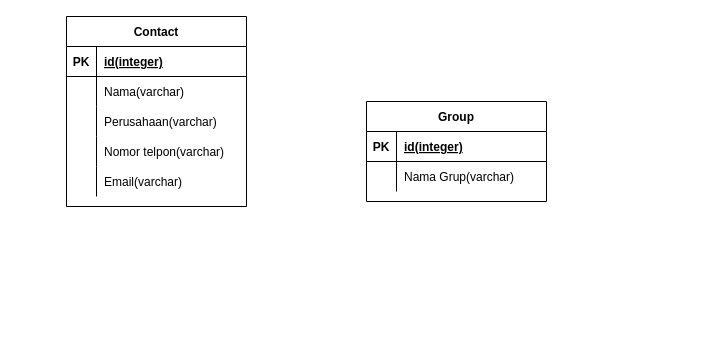
This is schema address book.drawio from fathurk/belajar-js, a draw.io file, before an edit. Source tidied: cells renumbered, new cells numbered last; positions are measured from the earlier drawing's top-left corner, leaving out a move shared by most shapes. Both pictures are drawn from the tidied source at 100%, with x=0, y=0 at pixel (66, 16).
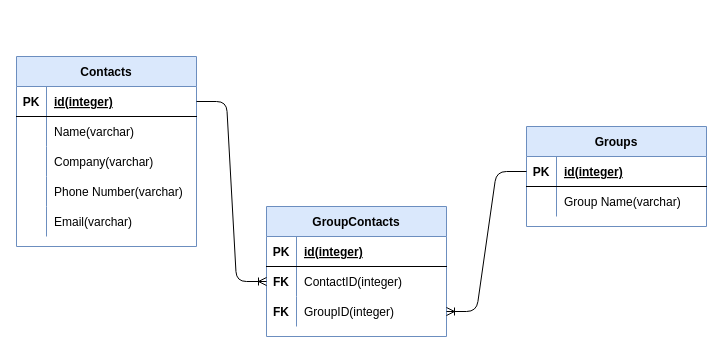
After the change.

The change refers to these unchanged cells:
```xml
<mxCell id="3" style="shape=partialRectangle;fillColor=none;top=0;left=0;bottom=1;right=0;points=[[0,0.5],[1,0.5]];portConstraint=eastwest;" parent="2" vertex="1">
  <mxGeometry y="30" width="180" height="30" as="geometry" />
</mxCell>
<mxCell id="6" style="shape=partialRectangle;fillColor=none;top=0;left=0;bottom=0;right=0;" parent="2" vertex="1">
  <mxGeometry y="60" width="180" height="30" as="geometry" />
</mxCell>
<mxCell id="9" style="shape=partialRectangle;fillColor=none;top=0;left=0;bottom=0;right=0;" parent="2" vertex="1">
  <mxGeometry y="90" width="180" height="30" as="geometry" />
</mxCell>
<mxCell id="12" style="shape=partialRectangle;fillColor=none;top=0;left=0;bottom=0;right=0;" parent="2" vertex="1">
  <mxGeometry y="120" width="180" height="30" as="geometry" />
</mxCell>
<mxCell id="19" style="shape=partialRectangle;fillColor=none;top=0;left=0;bottom=1;right=0;points=[[0,0.5],[1,0.5]];portConstraint=eastwest;" parent="18" vertex="1">
  <mxGeometry y="30" width="180" height="30" as="geometry" />
</mxCell>
<mxCell id="22" style="shape=partialRectangle;fillColor=none;top=0;left=0;bottom=0;right=0;" parent="18" vertex="1">
  <mxGeometry y="60" width="180" height="30" as="geometry" />
</mxCell>
```

What changed in the source:
```diff
@@
-    <mxCell id="2" value="Contact" style="shape=table;startSize=30;childLayout=tableLayout;rowLines=0;fontStyle=1;align=center;" parent="1" vertex="1">
-      <mxGeometry width="180" height="190" as="geometry" />
+    <mxCell id="2" value="Contacts" style="shape=table;startSize=30;childLayout=tableLayout;rowLines=0;fontStyle=1;align=center;fillColor=#dae8fc;strokeColor=#6c8ebf;" parent="1" vertex="1">
+      <mxGeometry x="-50" y="40" width="180" height="190" as="geometry" />
     </mxCell>
@@
-    <mxCell id="8" value="Nama(varchar)" style="shape=partialRectangle;fillColor=none;top=0;left=0;bottom=0;right=0;align=left;spacingLeft=6;overflow=hidden;" parent="6" vertex="1">
+    <mxCell id="8" value="Name(varchar)" style="shape=partialRectangle;fillColor=none;top=0;left=0;bottom=0;right=0;align=left;spacingLeft=6;overflow=hidden;" parent="6" vertex="1">
       <mxGeometry x="30" width="150" height="30" as="geometry" />
     </mxCell>
@@
-    <mxCell id="11" value="Perusahaan(varchar)" style="shape=partialRectangle;fillColor=none;top=0;left=0;bottom=0;right=0;align=left;spacingLeft=6;overflow=hidden;" parent="9" vertex="1">
+    <mxCell id="11" value="Company(varchar)" style="shape=partialRectangle;fillColor=none;top=0;left=0;bottom=0;right=0;align=left;spacingLeft=6;overflow=hidden;" parent="9" vertex="1">
       <mxGeometry x="30" width="150" height="30" as="geometry" />
     </mxCell>
@@
-    <mxCell id="14" value="Nomor telpon(varchar)" style="shape=partialRectangle;fillColor=none;top=0;left=0;bottom=0;right=0;align=left;spacingLeft=6;overflow=hidden;" parent="12" vertex="1">
+    <mxCell id="14" value="Phone Number(varchar)" style="shape=partialRectangle;fillColor=none;top=0;left=0;bottom=0;right=0;align=left;spacingLeft=6;overflow=hidden;" parent="12" vertex="1">
       <mxGeometry x="30" width="150" height="30" as="geometry" />
     </mxCell>
@@
-    <mxCell id="18" value="Group" style="shape=table;startSize=30;childLayout=tableLayout;rowLines=0;fontStyle=1;align=center;" parent="1" vertex="1">
-      <mxGeometry x="300" y="85" width="180" height="100" as="geometry" />
+    <mxCell id="18" value="Groups" style="shape=table;startSize=30;childLayout=tableLayout;rowLines=0;fontStyle=1;align=center;fillColor=#dae8fc;strokeColor=#6c8ebf;" parent="1" vertex="1">
+      <mxGeometry x="460" y="110" width="180" height="100" as="geometry" />
     </mxCell>
@@
-    <mxCell id="24" value="Nama Grup(varchar)" style="shape=partialRectangle;fillColor=none;top=0;left=0;bottom=0;right=0;align=left;spacingLeft=6;overflow=hidden;" parent="22" vertex="1">
+    <mxCell id="24" value="Group Name(varchar)" style="shape=partialRectangle;fillColor=none;top=0;left=0;bottom=0;right=0;align=left;spacingLeft=6;overflow=hidden;" parent="22" vertex="1">
       <mxGeometry x="30" width="150" height="30" as="geometry" />
     </mxCell>
+    <mxCell id="25" value="GroupContacts" style="shape=table;startSize=30;childLayout=tableLayout;rowLines=0;fontStyle=1;align=center;fillColor=#dae8fc;strokeColor=#6c8ebf;" parent="1" vertex="1">
+      <mxGeometry x="200" y="190" width="180" height="130" as="geometry" />
+    </mxCell>
+    <mxCell id="26" style="shape=partialRectangle;fillColor=none;top=0;left=0;bottom=1;right=0;" parent="25" vertex="1">
+      <mxGeometry y="30" width="180" height="30" as="geometry" />
+    </mxCell>
+    <mxCell id="27" value="PK" style="shape=partialRectangle;fillColor=none;top=0;left=0;bottom=0;right=0;fontStyle=1;overflow=hidden;" parent="26" vertex="1">
+      <mxGeometry width="30" height="30" as="geometry" />
+    </mxCell>
+    <mxCell id="28" value="id(integer)" style="shape=partialRectangle;fillColor=none;top=0;left=0;bottom=0;right=0;align=left;spacingLeft=6;fontStyle=5;overflow=hidden;" parent="26" vertex="1">
+      <mxGeometry x="30" width="150" height="30" as="geometry" />
+    </mxCell>
+    <mxCell id="29" style="shape=partialRectangle;fillColor=none;top=0;left=0;bottom=0;right=0;points=[[0,0.5],[1,0.5]];portConstraint=eastwest;" parent="25" vertex="1">
+      <mxGeometry y="60" width="180" height="30" as="geometry" />
+    </mxCell>
+    <mxCell id="30" value="FK" style="shape=partialRectangle;fillColor=none;top=0;left=0;bottom=0;right=0;overflow=hidden;fontStyle=1;" parent="29" vertex="1">
+      <mxGeometry width="30" height="30" as="geometry" />
+    </mxCell>
+    <mxCell id="31" value="ContactID(integer)" style="shape=partialRectangle;fillColor=none;top=0;left=0;bottom=0;right=0;align=left;spacingLeft=6;overflow=hidden;" parent="29" vertex="1">
+      <mxGeometry x="30" width="150" height="30" as="geometry" />
+    </mxCell>
+    <mxCell id="32" style="shape=partialRectangle;fillColor=none;top=0;left=0;bottom=0;right=0;points=[[0,0.5],[1,0.5]];portConstraint=eastwest;" parent="25" vertex="1">
+      <mxGeometry y="90" width="180" height="30" as="geometry" />
+    </mxCell>
+    <mxCell id="33" value="FK" style="shape=partialRectangle;fillColor=none;top=0;left=0;bottom=0;right=0;overflow=hidden;fontStyle=1;" parent="32" vertex="1">
+      <mxGeometry width="30" height="30" as="geometry" />
+    </mxCell>
+    <mxCell id="34" value="GroupID(integer)" style="shape=partialRectangle;fillColor=none;top=0;left=0;bottom=0;right=0;align=left;spacingLeft=6;overflow=hidden;" parent="32" vertex="1">
+      <mxGeometry x="30" width="150" height="30" as="geometry" />
+    </mxCell>
+    <mxCell id="35" style="edgeStyle=entityRelationEdgeStyle;fontSize=12;html=1;endArrow=ERoneToMany;exitX=1;exitY=0.5;exitDx=0;exitDy=0;" parent="1" edge="1" source="3" target="29">
+      <mxGeometry relative="1" as="geometry" />
+    </mxCell>
+    <mxCell id="36" style="edgeStyle=entityRelationEdgeStyle;fontSize=12;html=1;endArrow=ERoneToMany;exitX=0;exitY=0.5;exitDx=0;exitDy=0;entryX=1;entryY=0.5;entryDx=0;entryDy=0;" parent="1" edge="1" source="19" target="32">
+      <mxGeometry relative="1" as="geometry" />
+    </mxCell>
```
